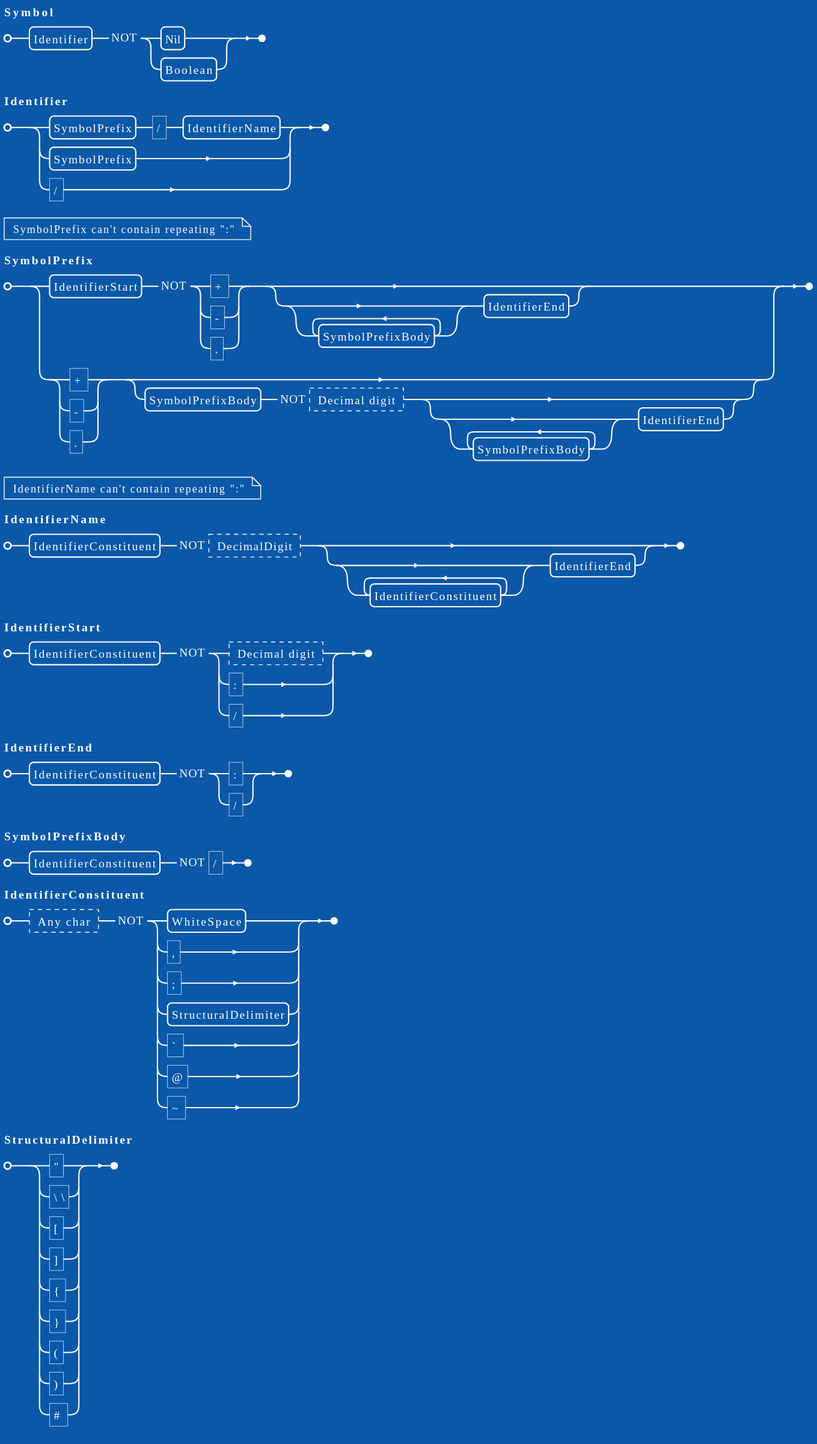
Earlier version of the PlantUML export docs/grammar/clojure.edn_symbol.svg (DotFox/edn.c).
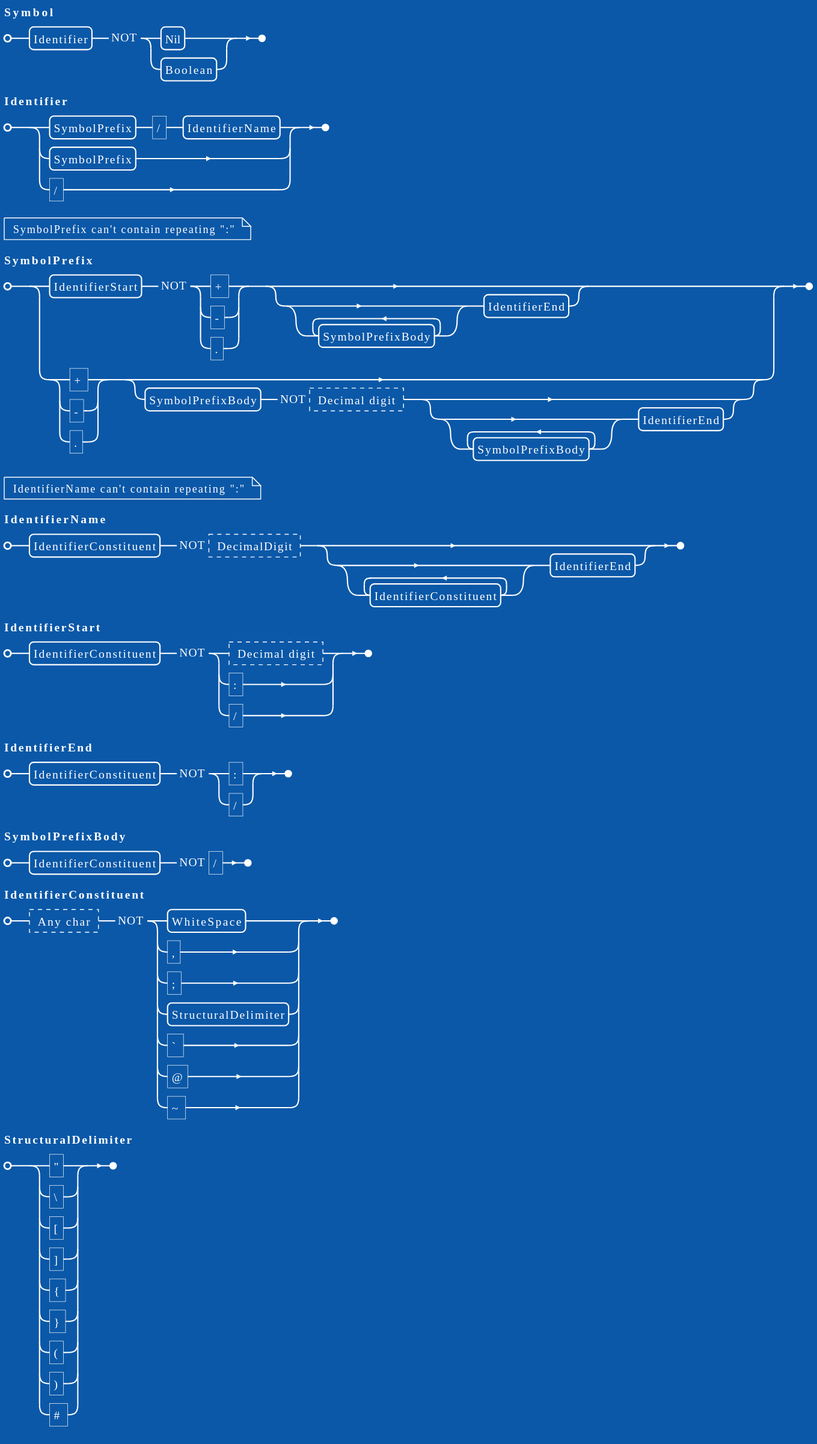
Above is the later version.

Change to the diagram source:
```diff
@@ -22,7 +22,7 @@
 IdentifierConstituent = ? Any char ? - ( WhiteSpace | "," | ";" | StructuralDelimiter | "`" | "@" | "~" ) ;
 
 StructuralDelimiter = '"'
-                    | "\\"
+                    | '\'
                     | "[" | "]"
                     | "{" | "}"
                     | "(" | ")"
```
